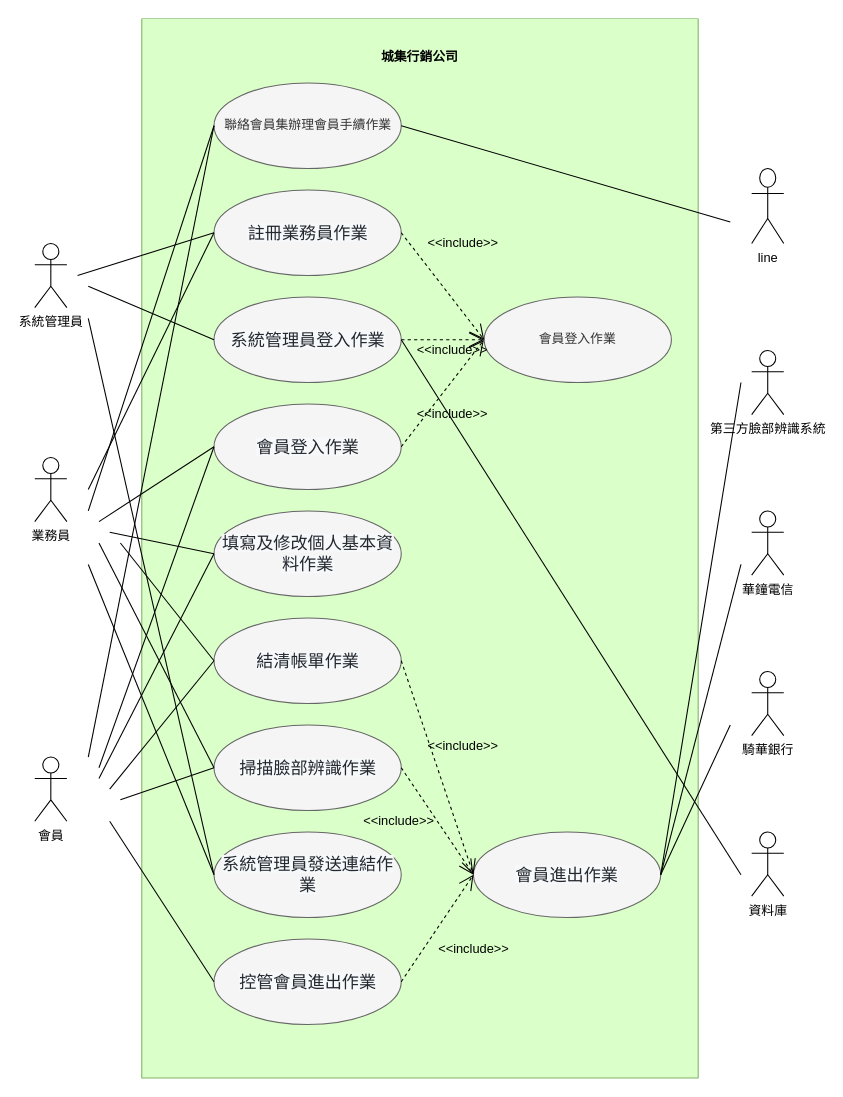
Before: page "(b) 小題" (1 of 2) of sample2.drawio in today16/110-2Mid, a draw.io diagram. Source tidied: cells renumbered, new cells numbered last; positions are measured from the earlier drawing's top-left corner, leaving out a move shared by most shapes. Both pictures are drawn from the tidied source at 107%, with x=0, y=0 at pixel (34, 18).
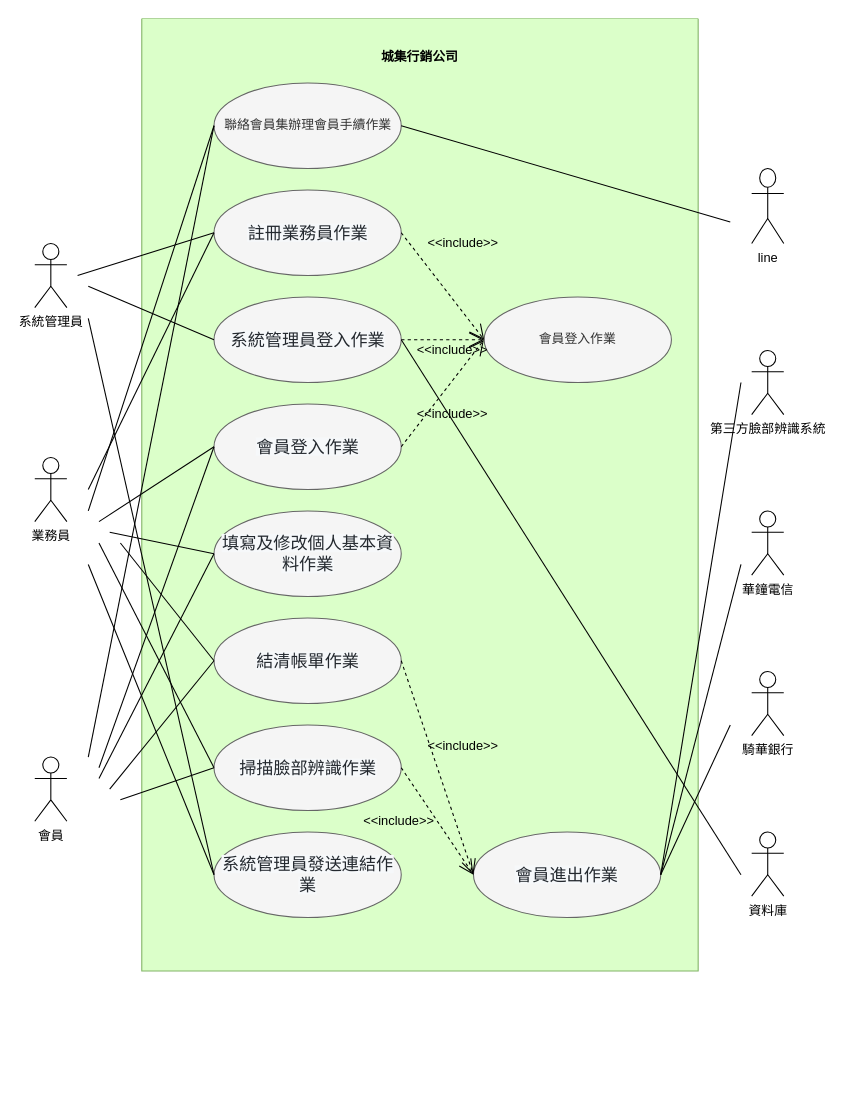
After the change.

The change refers to these unchanged cells:
```xml
<mxCell id="19" value="&lt;div&gt;&lt;font color=&quot;#24292f&quot;&gt;&lt;span style=&quot;font-size: 16px ; background-color: rgb(246 , 248 , 250)&quot;&gt;會員進出作業&lt;/span&gt;&lt;/font&gt;&lt;/div&gt;" style="ellipse;whiteSpace=wrap;html=1;strokeColor=#666666;fillColor=#f5f5f5;fontColor=#333333;" parent="2" vertex="1">
  <mxGeometry x="310" y="760" width="175" height="80" as="geometry" />
</mxCell>
```

Change to the diagram source:
```diff
@@
     <mxCell id="2" value="&#10;&#10;&#10;&#10;&#10;城集行銷公司" style="swimlane;startSize=0;fillColor=default;strokeColor=#82b366;swimlaneFillColor=#DBFFC9;" parent="1" vertex="1">
-      <mxGeometry x="100" width="520" height="990" as="geometry" />
+      <mxGeometry x="100" width="520" height="890" as="geometry" />
     </mxCell>
@@
-    <mxCell id="17" value="&lt;div&gt;&lt;span style=&quot;background-color: rgb(246 , 248 , 250) ; color: rgb(36 , 41 , 47) ; font-size: 16px&quot;&gt;控管會員進出作業&lt;/span&gt;&lt;br&gt;&lt;/div&gt;" style="ellipse;whiteSpace=wrap;html=1;strokeColor=#666666;fillColor=#f5f5f5;fontColor=#333333;" parent="2" vertex="1">
-      <mxGeometry x="67.5" y="860" width="175" height="80" as="geometry" />
-    </mxCell>
@@
-    <mxCell id="23" style="endArrow=open;endSize=12;dashed=1;html=1;rounded=0;exitX=1;exitY=0.5;exitDx=0;exitDy=0;entryX=0;entryY=0.5;entryDx=0;entryDy=0;" parent="2" edge="1" source="17" target="19">
-      <mxGeometry relative="1" as="geometry" />
-    </mxCell>
-    <mxCell id="24" value="&amp;lt;&amp;lt;include&amp;gt;&amp;gt;" style="text;html=1;align=center;verticalAlign=middle;strokeColor=none;fillColor=none;" parent="2" vertex="1">
-      <mxGeometry x="270" y="860" width="80" height="20" as="geometry" />
-    </mxCell>
@@
-    <mxCell id="49" style="endArrow=none;html=1;rounded=0;entryX=0;entryY=0.5;entryDx=0;entryDy=0;" parent="1" edge="1" target="17">
-      <mxGeometry relative="1" as="geometry">
-        <mxPoint x="70" y="750" as="sourcePoint" />
-      </mxGeometry>
-    </mxCell>
```
